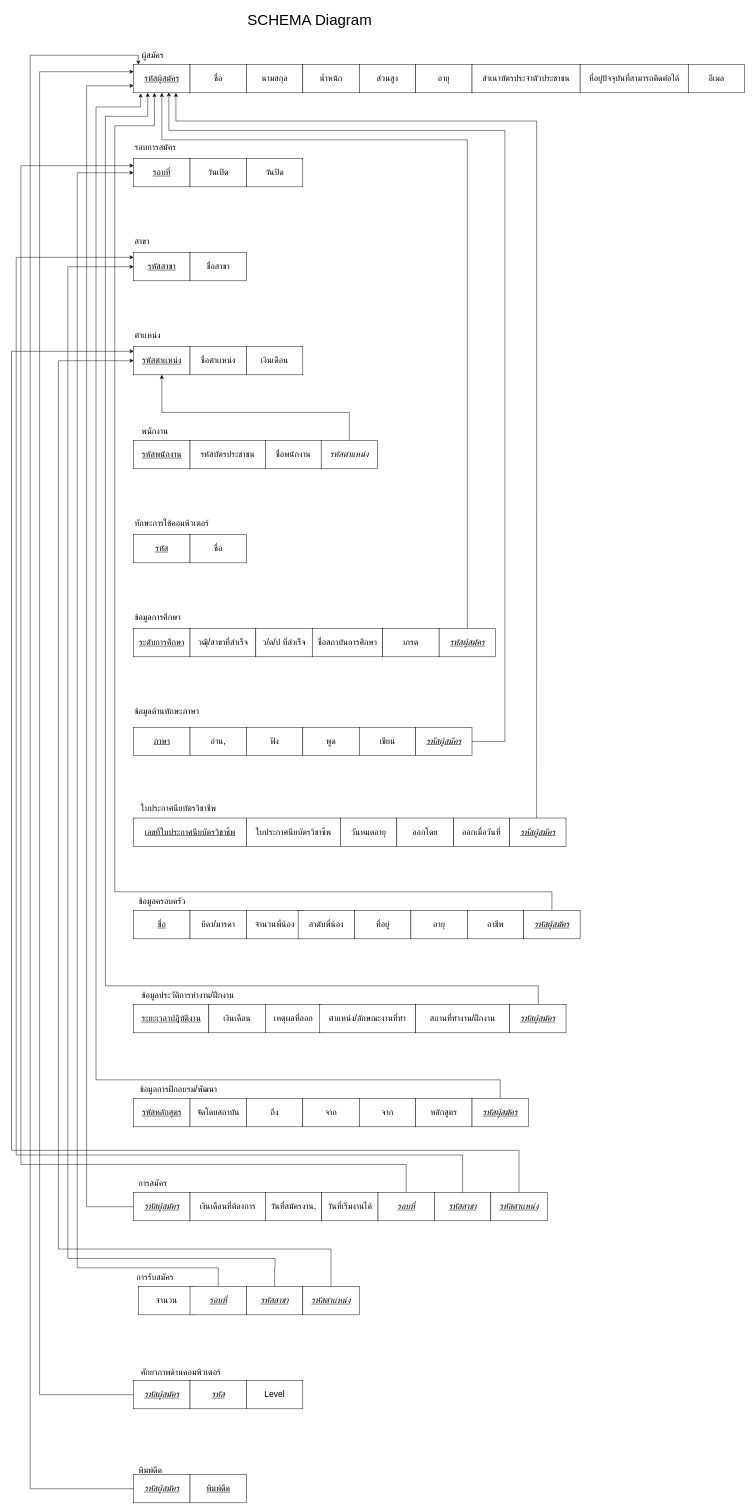
Before: page "Page-6" (6 of 6) of YZ.drawio in Exises/RandomSalt, a draw.io diagram. Source tidied: cells renumbered, new cells numbered last; positions are measured from the earlier drawing's top-left corner, leaving out a move shared by most shapes. Both pictures are drawn from the tidied source at 47%, with x=0, y=0 at pixel (11, 8).
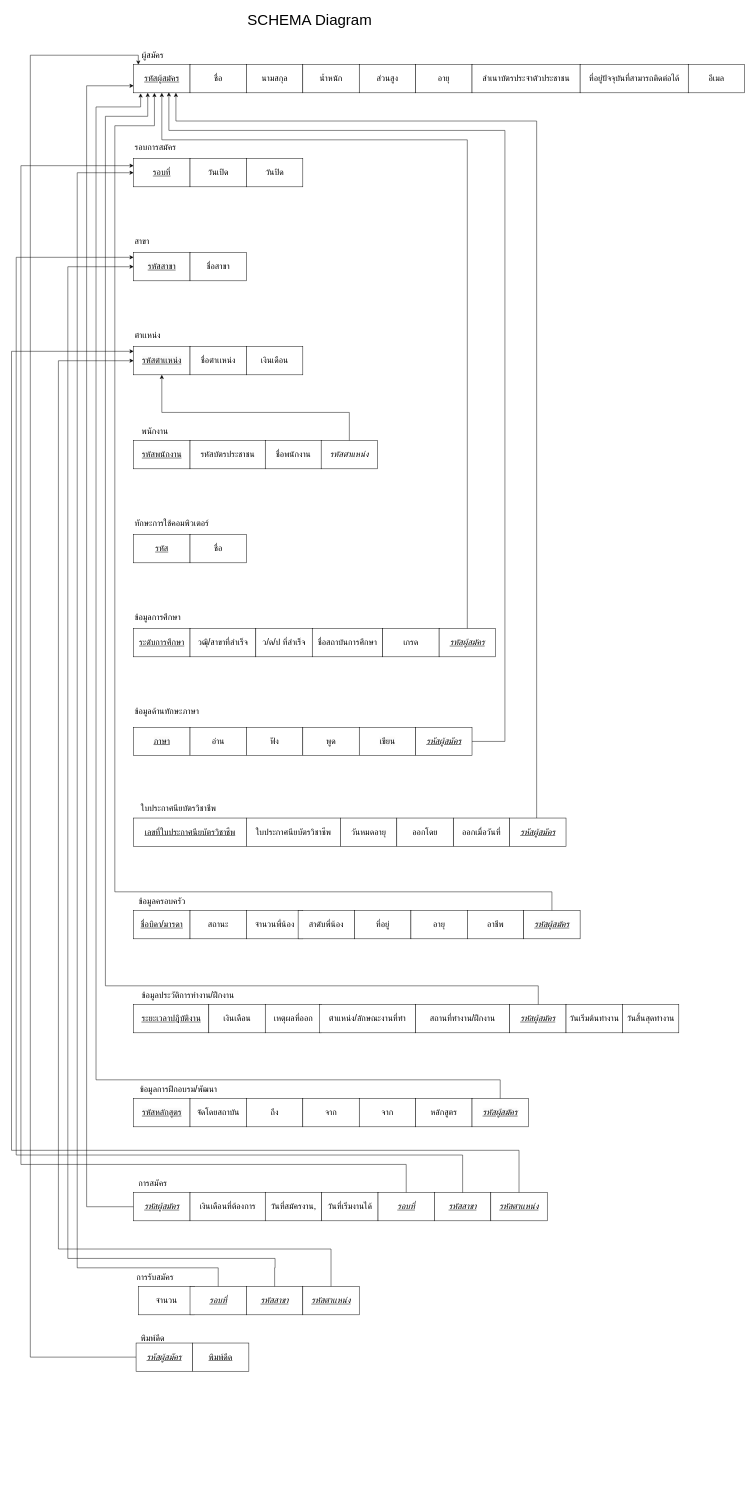
After the change.

The change refers to these unchanged cells:
```xml
<mxCell id="5" value="&lt;u style=&quot;color: light-dark(rgb(0, 0, 0), rgb(255, 255, 255)); font-size: 18px; text-align: left; text-wrap-mode: nowrap; background-color: transparent;&quot;&gt;รหัสผู้สมัคร&lt;/u&gt;" style="rounded=0;whiteSpace=wrap;html=1;" parent="1" vertex="1">
  <mxGeometry x="259.8" y="120" width="120" height="60" as="geometry" />
</mxCell>
```

Diff of the diagram source:
```diff
@@
-    <mxCell id="44" value="&lt;span style=&quot;font-size: 18px; text-align: left; text-wrap-mode: nowrap;&quot;&gt;อ่าน,&lt;/span&gt;" style="rounded=0;whiteSpace=wrap;html=1;" parent="1" vertex="1">
+    <mxCell id="44" value="&lt;span style=&quot;font-size: 18px; text-align: left; text-wrap-mode: nowrap;&quot;&gt;อ่าน&lt;/span&gt;" style="rounded=0;whiteSpace=wrap;html=1;" parent="1" vertex="1">
       <mxGeometry x="379.8" y="1530" width="120" height="60" as="geometry" />
     </mxCell>
@@
-    <mxCell id="59" value="&lt;u style=&quot;font-size: 18px; text-align: left; text-wrap-mode: nowrap;&quot;&gt;ชื่อ&lt;/u&gt;" style="rounded=0;whiteSpace=wrap;html=1;" parent="1" vertex="1">
+    <mxCell id="59" value="&lt;u&gt;&lt;font style=&quot;font-size: 18px;&quot;&gt;ชื่อบิดา/มารดา&lt;/font&gt;&lt;/u&gt;" style="rounded=0;whiteSpace=wrap;html=1;" parent="1" vertex="1">
       <mxGeometry x="259.8" y="1920" width="120" height="60" as="geometry" />
     </mxCell>
-    <mxCell id="60" value="&lt;span style=&quot;font-size: 18px; text-align: left; text-wrap-mode: nowrap;&quot;&gt;บิดา/มารดา&lt;/span&gt;" style="rounded=0;whiteSpace=wrap;html=1;" parent="1" vertex="1">
+    <mxCell id="60" value="&lt;span style=&quot;font-size: 18px;&quot;&gt;สถานะ&lt;/span&gt;" style="rounded=0;whiteSpace=wrap;html=1;" parent="1" vertex="1">
       <mxGeometry x="379.8" y="1920" width="120" height="60" as="geometry" />
     </mxCell>
@@
-    <mxCell id="99" value="ศักยาภาพด้านคอมพิวเตอร์" style="text;align=center;verticalAlign=middle;strokeColor=none;fillColor=none;html=1;fontSize=18;" parent="1" vertex="1">
-      <mxGeometry x="249.8" y="2883" width="220" height="40" as="geometry" />
-    </mxCell>
-    <mxCell id="100" style="edgeStyle=orthogonalEdgeStyle;rounded=0;jettySize=auto;html=1;entryX=0;entryY=0.25;entryDx=0;entryDy=0;" parent="1" edge="1" source="101" target="5">
-      <mxGeometry relative="1" as="geometry">
-        <Array as="points">
-          <mxPoint x="59.8" y="2950" />
-          <mxPoint x="59.8" y="135" />
-        </Array>
-      </mxGeometry>
-    </mxCell>
-    <mxCell id="101" value="&lt;u style=&quot;color: light-dark(rgb(0, 0, 0), rgb(255, 255, 255)); text-align: left; text-wrap-mode: nowrap; background-color: transparent; font-size: 18px;&quot;&gt;&lt;i&gt;รหัสผู้สมัคร&lt;/i&gt;&lt;/u&gt;" style="rounded=0;whiteSpace=wrap;html=1;" parent="1" vertex="1">
-      <mxGeometry x="259.8" y="2920" width="120" height="60" as="geometry" />
-    </mxCell>
-    <mxCell id="102" value="&lt;u style=&quot;font-size: 18px; text-align: left;&quot;&gt;&lt;i&gt;รหัส&lt;/i&gt;&lt;/u&gt;" style="rounded=0;whiteSpace=wrap;html=1;" parent="1" vertex="1">
-      <mxGeometry x="379.8" y="2920" width="120" height="60" as="geometry" />
-    </mxCell>
-    <mxCell id="103" value="&lt;span style=&quot;color: rgb(0, 0, 0); text-align: left; font-size: 18px; background-color: rgb(251, 251, 251);&quot;&gt;Level&lt;/span&gt;" style="rounded=0;whiteSpace=wrap;html=1;" parent="1" vertex="1">
-      <mxGeometry x="499.8" y="2920" width="120" height="60" as="geometry" />
-    </mxCell>
     <mxCell id="104" value="&lt;span style=&quot;text-align: left;&quot;&gt;พิมพ์ดีด&lt;/span&gt;" style="text;align=center;verticalAlign=middle;strokeColor=none;fillColor=none;html=1;fontSize=18;" parent="1" vertex="1">
-      <mxGeometry x="254.8" y="3090" width="80" height="40" as="geometry" />
+      <mxGeometry x="260" y="2810" width="80" height="40" as="geometry" />
     </mxCell>
     <mxCell id="105" style="edgeStyle=orthogonalEdgeStyle;rounded=0;jettySize=auto;html=1;" parent="1" edge="1" source="106">
       <mxGeometry relative="1" as="geometry">
         <mxPoint x="269.8" y="120" as="targetPoint" />
         <Array as="points">
-          <mxPoint x="39.8" y="3150" />
-          <mxPoint x="39.8" y="100" />
-          <mxPoint x="269.8" y="100" />
+          <mxPoint x="40" y="2870" />
+          <mxPoint x="40" y="100" />
+          <mxPoint x="270" y="100" />
         </Array>
       </mxGeometry>
     </mxCell>
     <mxCell id="106" value="&lt;u style=&quot;font-size: 18px;&quot;&gt;&lt;i&gt;รหัสผู้สมัคร&lt;/i&gt;&lt;/u&gt;" style="rounded=0;whiteSpace=wrap;html=1;" parent="1" vertex="1">
-      <mxGeometry x="259.8" y="3120" width="120" height="60" as="geometry" />
+      <mxGeometry x="265" y="2840" width="120" height="60" as="geometry" />
     </mxCell>
     <mxCell id="107" value="&lt;u style=&quot;font-size: 18px; text-wrap-mode: nowrap; text-align: left;&quot;&gt;พิมพ์ดีด&lt;/u&gt;" style="rounded=0;whiteSpace=wrap;html=1;" parent="1" vertex="1">
-      <mxGeometry x="379.8" y="3120" width="120" height="60" as="geometry" />
+      <mxGeometry x="385.2" y="2840" width="119.8" height="60" as="geometry" />
     </mxCell>
@@
+    <mxCell id="114" value="&lt;span style=&quot;font-size: 18px;&quot;&gt;วันเริ่มต้นทำงาน&lt;/span&gt;" style="rounded=0;whiteSpace=wrap;html=1;" parent="1" vertex="1">
+      <mxGeometry x="1179.8" y="2120" width="120" height="60" as="geometry" />
+    </mxCell>
+    <mxCell id="115" value="&lt;span style=&quot;font-size: 18px;&quot;&gt;วันสิ้นสุดทำงาน&lt;/span&gt;" style="rounded=0;whiteSpace=wrap;html=1;" parent="1" vertex="1">
+      <mxGeometry x="1299.8" y="2120" width="120" height="60" as="geometry" />
+    </mxCell>
```
